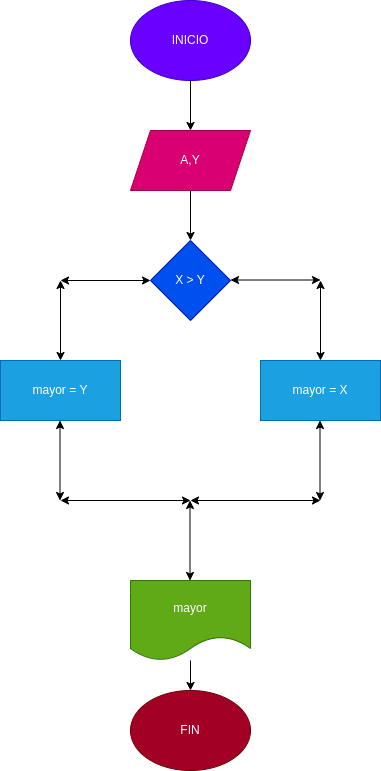
JuanManueArenas/mayor_2enteros keeps this draw.io diagram as diagrama.png. Above is the earlier version. Source tidied: cells renumbered, new cells last; positions are measured from the earlier drawing's top-left corner, leaving out a move shared by most shapes.
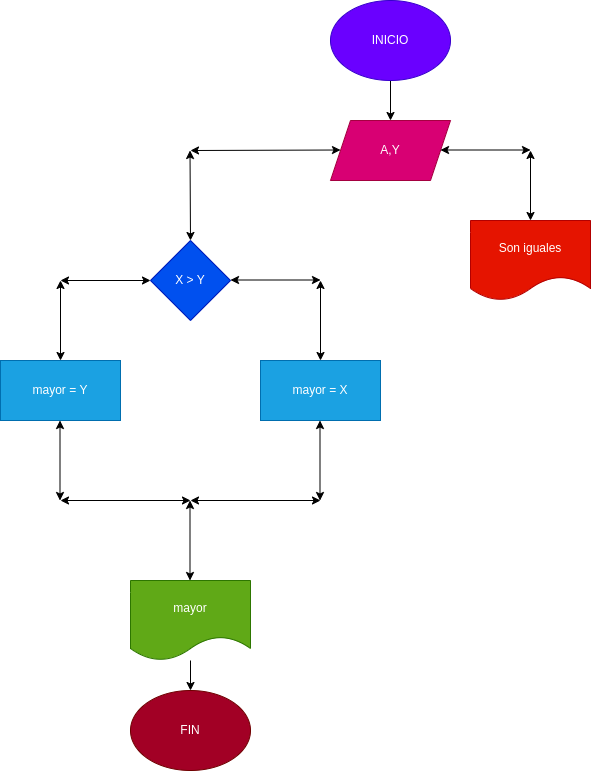
After the commit.

Commit message:
Se agrego el diagrama al README y se creo el programa

The edit, as a diff of the source:
```diff
@@ -6,13 +6,10 @@
       <mxGeometry relative="1" as="geometry" />
     </mxCell>
     <mxCell id="3" value="INICIO" style="ellipse;whiteSpace=wrap;html=1;fillColor=#6a00ff;fontColor=#ffffff;strokeColor=#3700CC;" parent="1" vertex="1">
-      <mxGeometry x="130" width="120" height="80" as="geometry" />
+      <mxGeometry x="330" width="120" height="80" as="geometry" />
     </mxCell>
-    <mxCell id="4" style="edgeStyle=none;html=1;" parent="1" edge="1" source="5" target="6">
-      <mxGeometry relative="1" as="geometry" />
-    </mxCell>
     <mxCell id="5" value="A,Y" style="shape=parallelogram;perimeter=parallelogramPerimeter;whiteSpace=wrap;html=1;fixedSize=1;fillColor=#d80073;fontColor=#ffffff;strokeColor=#A50040;" parent="1" vertex="1">
-      <mxGeometry x="130" y="130" width="120" height="60" as="geometry" />
+      <mxGeometry x="330" y="120" width="120" height="60" as="geometry" />
     </mxCell>
     <mxCell id="6" value="X &amp;gt;&amp;nbsp;Y" style="rhombus;whiteSpace=wrap;html=1;fillColor=#0050ef;fontColor=#ffffff;strokeColor=#001DBC;" parent="1" vertex="1">
       <mxGeometry x="150" y="240" width="80" height="80" as="geometry" />
@@ -84,5 +81,30 @@
     <mxCell id="20" value="FIN" style="ellipse;whiteSpace=wrap;html=1;fillColor=#a20025;fontColor=#ffffff;strokeColor=#6F0000;" parent="1" vertex="1">
       <mxGeometry x="130" y="690" width="120" height="80" as="geometry" />
     </mxCell>
+    <mxCell id="21" style="endArrow=classic;startArrow=classic;html=1;entryX=0;entryY=0.5;entryDx=0;entryDy=0;" parent="1" edge="1">
+      <mxGeometry relative="1" as="geometry">
+        <mxPoint x="190" y="150" as="sourcePoint" />
+        <mxPoint x="340" y="149.5" as="targetPoint" />
+      </mxGeometry>
+    </mxCell>
+    <mxCell id="22" style="endArrow=classic;startArrow=classic;html=1;entryX=0.5;entryY=0;entryDx=0;entryDy=0;" parent="1" edge="1" target="6">
+      <mxGeometry relative="1" as="geometry">
+        <mxPoint x="189.5" y="150" as="sourcePoint" />
+      </mxGeometry>
+    </mxCell>
+    <mxCell id="23" style="endArrow=classic;startArrow=classic;html=1;entryX=0;entryY=0.5;entryDx=0;entryDy=0;" parent="1" edge="1">
+      <mxGeometry relative="1" as="geometry">
+        <mxPoint x="440" y="149.5" as="sourcePoint" />
+        <mxPoint x="530" y="149.5" as="targetPoint" />
+      </mxGeometry>
+    </mxCell>
+    <mxCell id="24" style="endArrow=classic;startArrow=classic;html=1;" parent="1" edge="1" target="25">
+      <mxGeometry relative="1" as="geometry">
+        <mxPoint x="530" y="150" as="sourcePoint" />
+      </mxGeometry>
+    </mxCell>
+    <mxCell id="25" value="Son iguales" style="shape=document;whiteSpace=wrap;html=1;boundedLbl=1;fillColor=#e51400;fontColor=#ffffff;strokeColor=#B20000;" parent="1" vertex="1">
+      <mxGeometry x="470" y="220" width="120" height="80" as="geometry" />
+    </mxCell>
   </root>
 </mxGraphModel>
```
